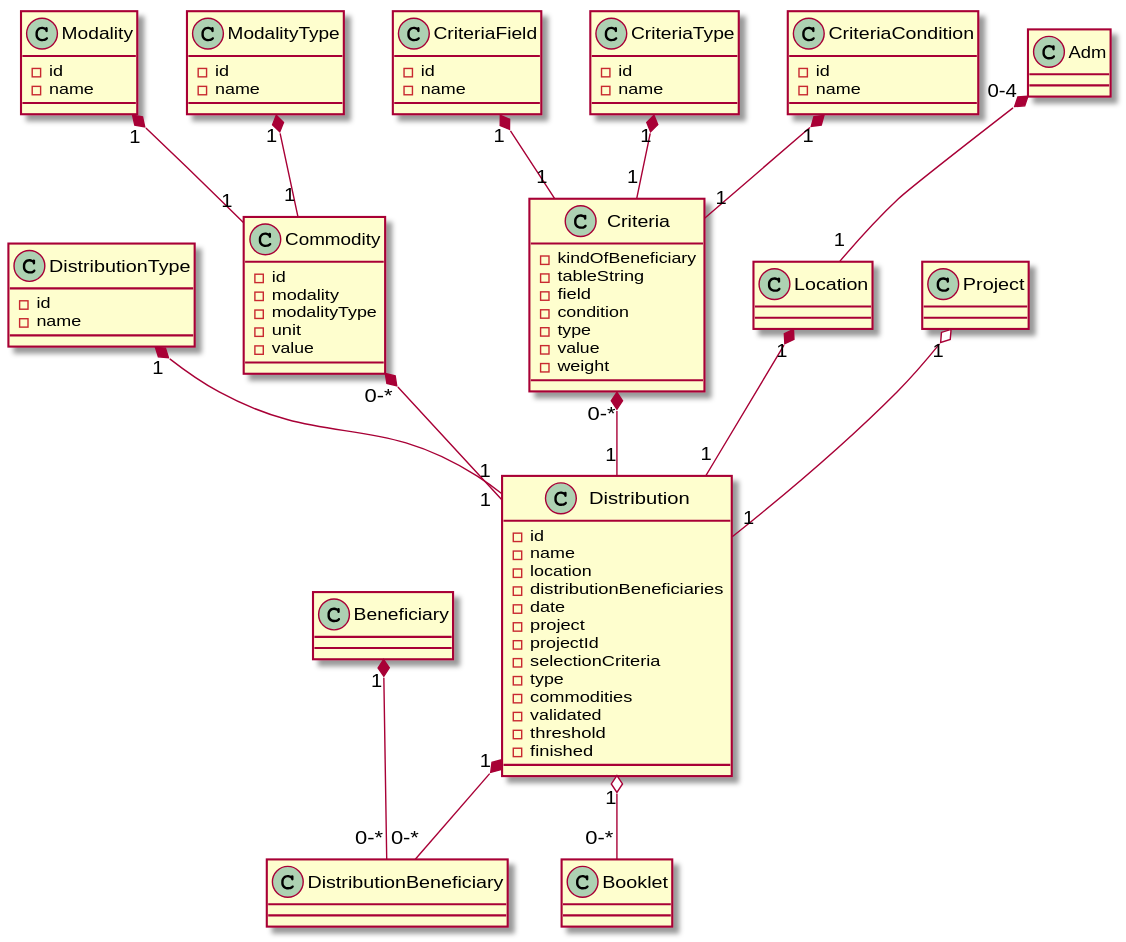
ReliefApplications/bms_front keeps this PlantUML diagram as src/app/models/uml/distribution.svg. Above is the earlier version. Its diagram source:
```plantuml
@startuml
class Distribution {
    - id
    - name
    - location
    - distributionBeneficiaries
    - date
    - project
    - projectId
    - selectionCriteria
    - type
    - commodities
    - validated
    - threshold
    - finished
 }

 class DistributionType {
    - id
    - name
}


 class Commodity {
    - id
    - modality
    - modalityType
    - unit
    - value
 }

 class Modality {
    - id
    - name
}

class ModalityType {
    - id
    - name
}

class Criteria {
    - kindOfBeneficiary
    - tableString
    - field
    - condition
    - type
    - value
    - weight
}


class CriteriaField {
    - id
    - name
}


class CriteriaType {
    - id
    - name
}


class CriteriaCondition {
    - id
    - name
}


 Distribution "1" o-- "0-*" Booklet

 Modality "1" *-- "1" Commodity
 ModalityType "1" *-- "1" Commodity


 CriteriaField "1" *-- "1" Criteria
 CriteriaCondition "1" *-- "1" Criteria
 CriteriaType "1" *-- "1" Criteria

 Beneficiary "1" *-- "0-*" DistributionBeneficiary
 Distribution "1" *-- "0-*" DistributionBeneficiary

 DistributionType "1" *-- "1" Distribution
 Location "1" *-- "1" Distribution
 Project "1" o-- "1" Distribution
 Criteria "0-*" *-- "1" Distribution
 Commodity "0-*" *-- "1" Distribution

 Adm "0-4" *-- "1" Location
@enduml
```
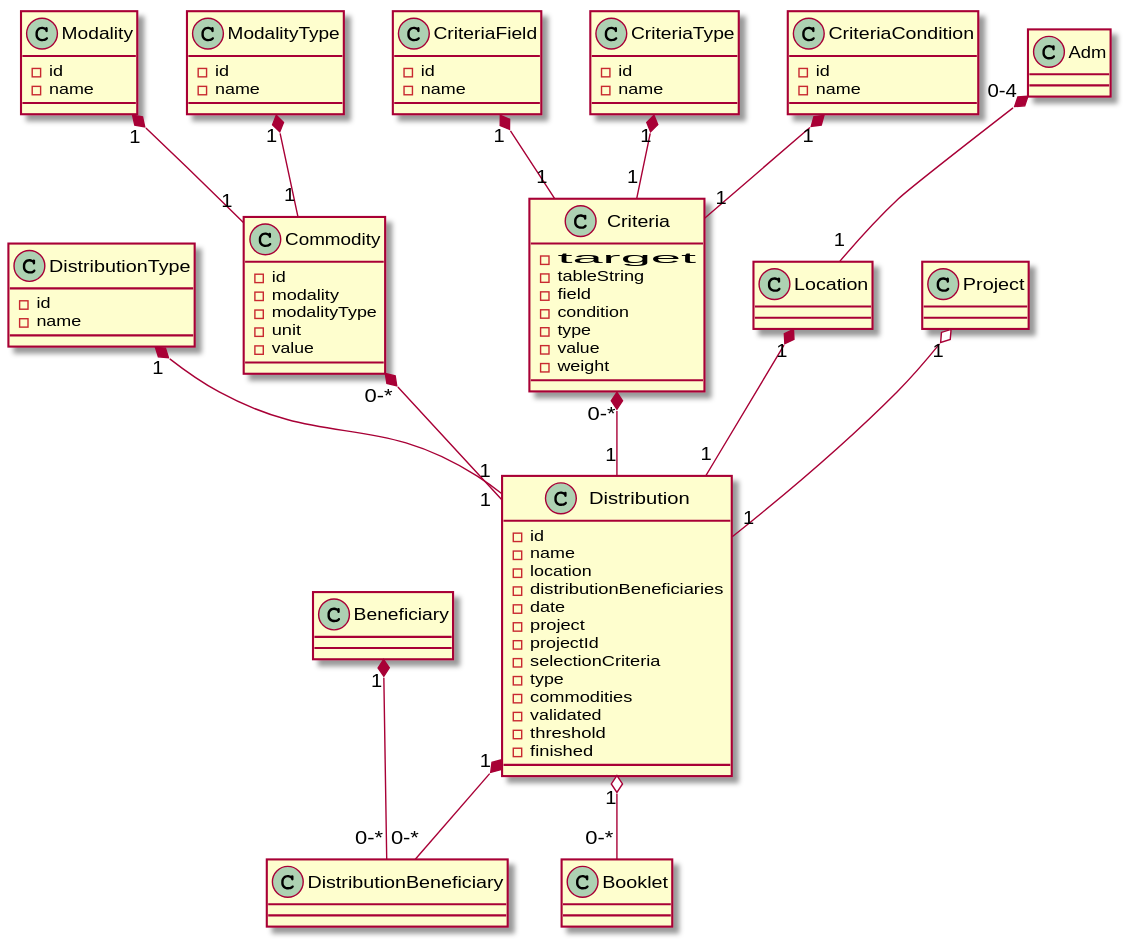
The same diagram one commit later.

Commit message:
Rename kindBeneficiary in Target

The edit, as a diff of the source:
```diff
@@ -40,7 +40,7 @@
 }
 
 class Criteria {
-    - kindOfBeneficiary
+    - target
     - tableString
     - field
     - condition
```
